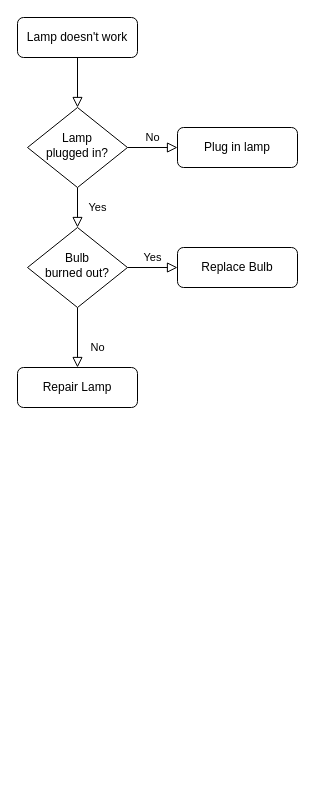
Rmttf/draw.io-diagrams keeps this draw.io diagram as 车道删除&新增-人行横道车道关系被动维护.drawio. Above is the earlier version. Source tidied: cells renumbered, new cells numbered last; positions are measured from the earlier drawing's top-left corner, leaving out a move shared by most shapes. Both pictures are drawn from the tidied source at 100%, with x=0, y=0 at pixel (17, 17).
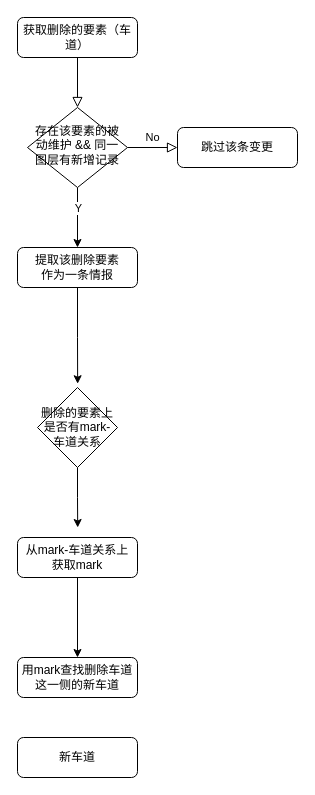
After the change.

Commit message:
更新车道删除&新增-人行横道车道关系被动维护.drawio

The edit, as a diff of the source:
```diff
@@
 <mxGraphModel>
   <root>
     <mxCell id="0" />
     <mxCell id="1" parent="0" />
     <mxCell id="2" style="rounded=0;html=1;jettySize=auto;fontSize=11;endArrow=block;endFill=0;endSize=8;strokeWidth=1;shadow=0;labelBackgroundColor=none;edgeStyle=orthogonalEdgeStyle;" parent="1" edge="1" source="3" target="6">
       <mxGeometry relative="1" as="geometry" />
     </mxCell>
-    <mxCell id="3" value="Lamp doesn't work" style="rounded=1;whiteSpace=wrap;html=1;fontSize=12;glass=0;strokeWidth=1;shadow=0;" parent="1" vertex="1">
+    <mxCell id="3" value="获取删除的要素（车道）" style="rounded=1;whiteSpace=wrap;html=1;fontSize=12;glass=0;strokeWidth=1;shadow=0;" parent="1" vertex="1">
       <mxGeometry width="120" height="40" as="geometry" />
     </mxCell>
-    <mxCell id="4" value="Yes" style="rounded=0;html=1;jettySize=auto;fontSize=11;endArrow=block;endFill=0;endSize=8;strokeWidth=1;shadow=0;labelBackgroundColor=none;edgeStyle=orthogonalEdgeStyle;" parent="1" edge="1" source="6" target="10">
-      <mxGeometry y="20" relative="1" as="geometry" />
-    </mxCell>
     <mxCell id="5" value="No" style="edgeStyle=orthogonalEdgeStyle;rounded=0;html=1;jettySize=auto;fontSize=11;endArrow=block;endFill=0;endSize=8;strokeWidth=1;shadow=0;labelBackgroundColor=none;" parent="1" edge="1" source="6" target="7">
       <mxGeometry y="10" relative="1" as="geometry" />
     </mxCell>
+    <mxCell id="13" style="edgeStyle=orthogonalEdgeStyle;rounded=0;jettySize=auto;html=1;exitX=0.5;exitY=1;exitDx=0;exitDy=0;entryX=0.5;entryY=0;entryDx=0;entryDy=0;" parent="1" edge="1" source="6" target="12">
+      <mxGeometry relative="1" as="geometry" />
+    </mxCell>
+    <mxCell id="14" value="Y" style="edgeLabel;html=1;align=center;verticalAlign=middle;" parent="13" vertex="1">
+      <mxGeometry x="-0.33" y="-3" relative="1" as="geometry">
+        <mxPoint x="3" as="offset" />
+      </mxGeometry>
+    </mxCell>
-    <mxCell id="6" value="Lamp&lt;br&gt;plugged in?" style="rhombus;whiteSpace=wrap;html=1;shadow=0;fontFamily=Helvetica;fontSize=12;align=center;strokeWidth=1;spacing=6;spacingTop=-4;" parent="1" vertex="1">
+    <mxCell id="6" value="存在该要素的被动维护 &amp;amp;&amp;amp; 同一图层有新增记录" style="rhombus;whiteSpace=wrap;html=1;shadow=0;fontFamily=Helvetica;fontSize=12;align=center;strokeWidth=1;spacing=6;spacingTop=-4;" parent="1" vertex="1">
       <mxGeometry x="10" y="90" width="100" height="80" as="geometry" />
     </mxCell>
-    <mxCell id="7" value="Plug in lamp" style="rounded=1;whiteSpace=wrap;html=1;fontSize=12;glass=0;strokeWidth=1;shadow=0;" parent="1" vertex="1">
+    <mxCell id="7" value="跳过该条变更" style="rounded=1;whiteSpace=wrap;html=1;fontSize=12;glass=0;strokeWidth=1;shadow=0;" parent="1" vertex="1">
       <mxGeometry x="160" y="110" width="120" height="40" as="geometry" />
     </mxCell>
-    <mxCell id="8" value="No" style="rounded=0;html=1;jettySize=auto;fontSize=11;endArrow=block;endFill=0;endSize=8;strokeWidth=1;shadow=0;labelBackgroundColor=none;edgeStyle=orthogonalEdgeStyle;" parent="1" edge="1" source="10" target="11">
-      <mxGeometry x="0.33" y="20" relative="1" as="geometry" />
-    </mxCell>
-    <mxCell id="9" value="Yes" style="edgeStyle=orthogonalEdgeStyle;rounded=0;html=1;jettySize=auto;fontSize=11;endArrow=block;endFill=0;endSize=8;strokeWidth=1;shadow=0;labelBackgroundColor=none;" parent="1" edge="1" source="10" target="12">
-      <mxGeometry y="10" relative="1" as="geometry" />
-    </mxCell>
-    <mxCell id="10" value="Bulb&lt;br&gt;burned out?" style="rhombus;whiteSpace=wrap;html=1;shadow=0;fontFamily=Helvetica;fontSize=12;align=center;strokeWidth=1;spacing=6;spacingTop=-4;" parent="1" vertex="1">
-      <mxGeometry x="10" y="210" width="100" height="80" as="geometry" />
-    </mxCell>
-    <mxCell id="11" value="Repair Lamp" style="rounded=1;whiteSpace=wrap;html=1;fontSize=12;glass=0;strokeWidth=1;shadow=0;" parent="1" vertex="1">
-      <mxGeometry y="350" width="120" height="40" as="geometry" />
-    </mxCell>
+    <mxCell id="15" style="edgeStyle=orthogonalEdgeStyle;rounded=0;jettySize=auto;html=1;exitX=0.5;exitY=1;exitDx=0;exitDy=0;entryX=0.502;entryY=-0.047;entryDx=0;entryDy=0;entryPerimeter=0;" parent="1" edge="1" source="12" target="17">
+      <mxGeometry relative="1" as="geometry" />
+    </mxCell>
-    <mxCell id="12" value="Replace Bulb" style="rounded=1;whiteSpace=wrap;html=1;fontSize=12;glass=0;strokeWidth=1;shadow=0;" parent="1" vertex="1">
-      <mxGeometry x="160" y="230" width="120" height="40" as="geometry" />
+    <mxCell id="12" value="提取该删除要素&lt;br&gt;作为一条情报" style="rounded=1;whiteSpace=wrap;html=1;fontSize=12;glass=0;strokeWidth=1;shadow=0;" parent="1" vertex="1">
+      <mxGeometry y="230" width="120" height="40" as="geometry" />
     </mxCell>
+    <mxCell id="16" style="edgeStyle=orthogonalEdgeStyle;rounded=0;jettySize=auto;html=1;exitX=0.5;exitY=1;exitDx=0;exitDy=0;" parent="1" edge="1" source="17">
+      <mxGeometry relative="1" as="geometry">
+        <mxPoint x="60.2" y="510" as="targetPoint" />
+      </mxGeometry>
+    </mxCell>
+    <mxCell id="17" value="删除的要素上是否有mark-车道关系" style="rhombus;whiteSpace=wrap;html=1;" parent="1" vertex="1">
+      <mxGeometry x="20" y="370" width="80" height="80" as="geometry" />
+    </mxCell>
+    <mxCell id="18" style="edgeStyle=orthogonalEdgeStyle;rounded=0;jettySize=auto;html=1;exitX=0.5;exitY=1;exitDx=0;exitDy=0;entryX=0.5;entryY=0;entryDx=0;entryDy=0;" parent="1" edge="1" source="19" target="20">
+      <mxGeometry relative="1" as="geometry" />
+    </mxCell>
+    <mxCell id="19" value="从mark-车道关系上&lt;br&gt;获取mark" style="rounded=1;whiteSpace=wrap;html=1;fontSize=12;glass=0;strokeWidth=1;shadow=0;" parent="1" vertex="1">
+      <mxGeometry y="520" width="120" height="40" as="geometry" />
+    </mxCell>
+    <mxCell id="20" value="用mark查找删除车道这一侧的新车道" style="rounded=1;whiteSpace=wrap;html=1;fontSize=12;glass=0;strokeWidth=1;shadow=0;" parent="1" vertex="1">
+      <mxGeometry y="640" width="120" height="40" as="geometry" />
+    </mxCell>
+    <mxCell id="21" value="新车道" style="rounded=1;whiteSpace=wrap;html=1;fontSize=12;glass=0;strokeWidth=1;shadow=0;" parent="1" vertex="1">
+      <mxGeometry y="720" width="120" height="40" as="geometry" />
+    </mxCell>
   </root>
 </mxGraphModel>
```
